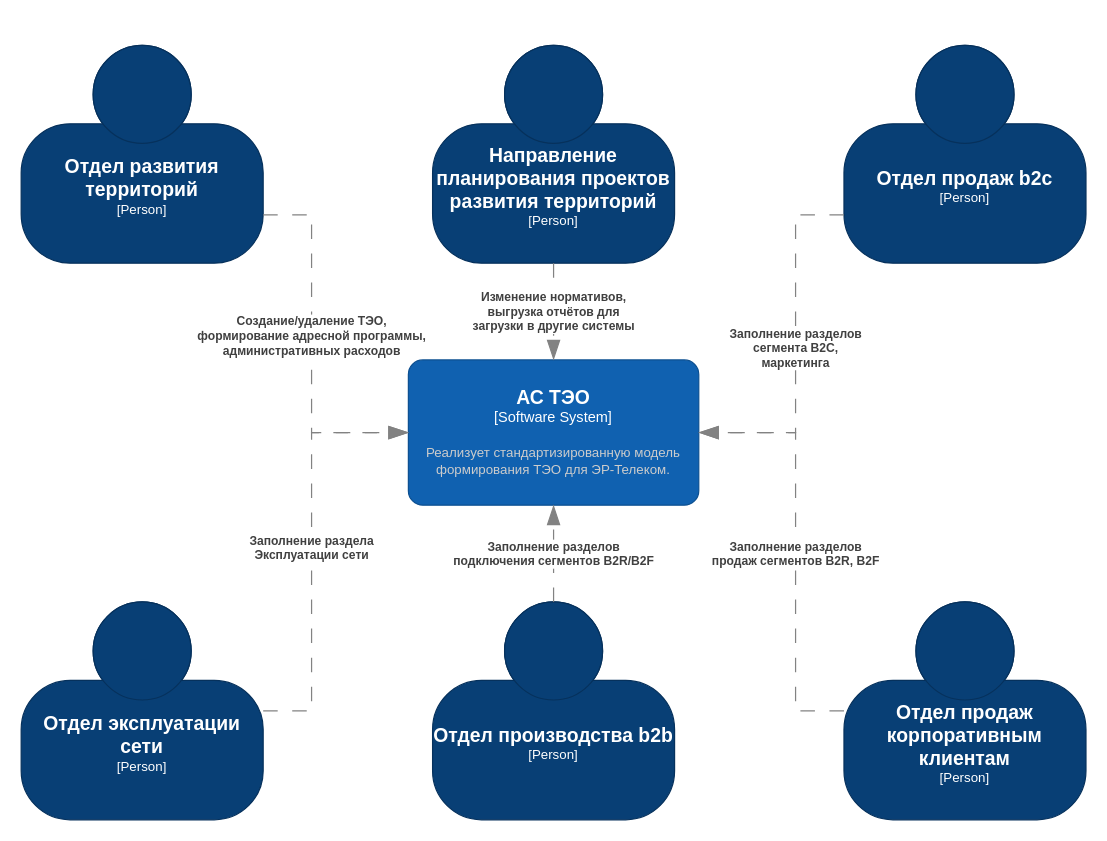
Before: page "Context" (1 of 4) of Lab Work №2/src/C4.drawio in 16Shadows/hse-arch, a draw.io diagram. Source tidied: cells renumbered, new cells numbered last; positions are measured from the earlier drawing's top-left corner, leaving out a move shared by most shapes. Both pictures are drawn from the tidied source at 121%, with x=0, y=0 at pixel (21, 45).
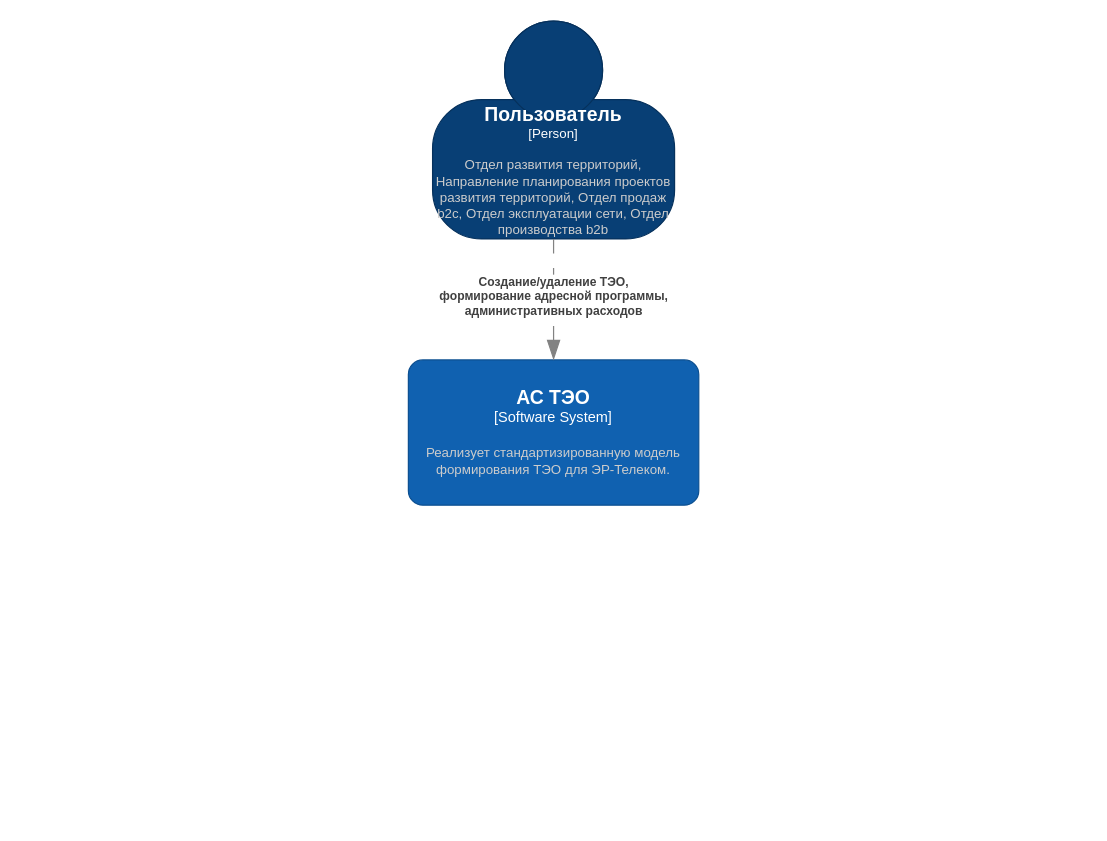
After the change.

Unchanged cells that the change refers to:
```xml
<object id="2" label="&lt;font style=&quot;font-size: 16px&quot;&gt;&lt;b&gt;%c4Name%&lt;/b&gt;&lt;/font&gt;&lt;div&gt;[%c4Type%]&lt;/div&gt;&lt;br&gt;&lt;div&gt;&lt;font style=&quot;font-size: 11px&quot;&gt;&lt;font color=&quot;#cccccc&quot;&gt;%c4Description%&lt;/font&gt;&lt;/div&gt;" c4Description="Реализует стандартизированную модель формирования ТЭО для ЭР-Телеком." c4Name="АС ТЭО" c4Type="Software System" placeholders="1">
  <mxCell style="rounded=1;whiteSpace=wrap;html=1;labelBackgroundColor=none;fillColor=#1061B0;fontColor=#ffffff;align=center;arcSize=10;strokeColor=#0D5091;points=[[0.25,0,0],[0.5,0,0],[0.75,0,0],[1,0.25,0],[1,0.5,0],[1,0.75,0],[0.75,1,0],[0.5,1,0],[0.25,1,0],[0,0.75,0],[0,0.5,0],[0,0.25,0]];" parent="1" vertex="1">
    <mxGeometry x="320" y="260" width="240" height="120" as="geometry" />
  </mxCell>
</object>
```

Change to the diagram source:
```diff
@@
-    <object id="3" label="&lt;font style=&quot;font-size: 16px&quot;&gt;&lt;b&gt;%c4Name%&lt;/b&gt;&lt;/font&gt;&lt;div&gt;[%c4Type%]&lt;/div&gt;&lt;br&gt;&lt;div&gt;&lt;font style=&quot;font-size: 11px&quot;&gt;&lt;font color=&quot;#cccccc&quot;&gt;%c4Description%&lt;/font&gt;&lt;/div&gt;" c4Description="" c4Name="Отдел развития территорий" c4Type="Person" placeholders="1">
+    <object id="3" label="&lt;font style=&quot;font-size: 16px&quot;&gt;&lt;b&gt;%c4Name%&lt;/b&gt;&lt;/font&gt;&lt;div&gt;[%c4Type%]&lt;/div&gt;&lt;br&gt;&lt;div&gt;&lt;font style=&quot;font-size: 11px&quot;&gt;&lt;font color=&quot;#cccccc&quot;&gt;%c4Description%&lt;/font&gt;&lt;/div&gt;" c4Description="Отдел развития территорий, Направление планирования проектов развития территорий, Отдел продаж b2c, Отдел эксплуатации сети, Отдел производства b2b" c4Name="Пользователь" c4Type="Person" placeholders="1">
       <mxCell style="html=1;fontSize=11;dashed=0;whiteSpace=wrap;fillColor=#083F75;strokeColor=#06315C;fontColor=#ffffff;shape=mxgraph.c4.person2;align=center;points=[[0.5,0,0],[1,0.5,0],[1,0.75,0],[0.75,1,0],[0.5,1,0],[0.25,1,0],[0,0.75,0],[0,0.5,0]];" parent="1" vertex="1">
-        <mxGeometry width="200" height="180" as="geometry" />
+        <mxGeometry x="340" y="-20" width="200" height="180" as="geometry" />
       </mxCell>
     </object>
     <object id="4" label="&lt;div style=&quot;text-align: left&quot;&gt;&lt;div style=&quot;text-align: center&quot;&gt;&lt;b&gt;%c4Description%&lt;/b&gt;&lt;/div&gt;" c4Description="Создание/удаление ТЭО, &#10;формирование адресной программы,&#10;административных расходов" placeholders="1">
       <mxCell style="endArrow=blockThin;html=1;fontSize=10;fontColor=#404040;strokeWidth=1;endFill=1;strokeColor=#828282;elbow=vertical;endSize=14;startSize=14;jumpStyle=arc;jumpSize=16;rounded=0;edgeStyle=orthogonalEdgeStyle;dashed=1;dashPattern=12 12;" parent="1" edge="1" source="3" target="2">
         <mxGeometry x="-0.07" relative="1" as="geometry">
           <Array as="points">
-            <mxPoint x="240" y="140" />
-            <mxPoint x="240" y="320" />
+            <mxPoint x="440" y="230" />
+            <mxPoint x="440" y="230" />
           </Array>
         </mxGeometry>
       </mxCell>
     </object>
-    <object id="5" label="&lt;font style=&quot;font-size: 16px&quot;&gt;&lt;b&gt;%c4Name%&lt;/b&gt;&lt;/font&gt;&lt;div&gt;[%c4Type%]&lt;/div&gt;&lt;br&gt;&lt;div&gt;&lt;font style=&quot;font-size: 11px&quot;&gt;&lt;font color=&quot;#cccccc&quot;&gt;%c4Description%&lt;/font&gt;&lt;/div&gt;" c4Description="" c4Name="Направление планирования проектов развития территорий" c4Type="Person" placeholders="1">
-      <mxCell style="html=1;fontSize=11;dashed=0;whiteSpace=wrap;fillColor=#083F75;strokeColor=#06315C;fontColor=#ffffff;shape=mxgraph.c4.person2;align=center;points=[[0.5,0,0],[1,0.5,0],[1,0.75,0],[0.75,1,0],[0.5,1,0],[0.25,1,0],[0,0.75,0],[0,0.5,0]];" parent="1" vertex="1">
-        <mxGeometry x="340" width="200" height="180" as="geometry" />
-      </mxCell>
-    </object>
-    <object id="6" label="&lt;div style=&quot;text-align: left&quot;&gt;&lt;div style=&quot;text-align: center&quot;&gt;&lt;b&gt;%c4Description%&lt;/b&gt;&lt;/div&gt;" c4Description="Изменение нормативов,&#10;выгрузка отчётов для&#10;загрузки в другие системы" placeholders="1">
-      <mxCell style="endArrow=blockThin;html=1;fontSize=10;fontColor=#404040;strokeWidth=1;endFill=1;strokeColor=#828282;elbow=vertical;endSize=14;startSize=14;jumpStyle=arc;jumpSize=16;rounded=0;edgeStyle=orthogonalEdgeStyle;dashed=1;dashPattern=12 12;" parent="1" edge="1" source="5" target="2">
-        <mxGeometry relative="1" as="geometry" />
-      </mxCell>
-    </object>
-    <object id="7" label="&lt;font style=&quot;font-size: 16px&quot;&gt;&lt;b&gt;%c4Name%&lt;/b&gt;&lt;/font&gt;&lt;div&gt;[%c4Type%]&lt;/div&gt;&lt;br&gt;&lt;div&gt;&lt;font style=&quot;font-size: 11px&quot;&gt;&lt;font color=&quot;#cccccc&quot;&gt;%c4Description%&lt;/font&gt;&lt;/div&gt;" c4Description="" c4Name="Отдел продаж b2c" c4Type="Person" placeholders="1">
-      <mxCell style="html=1;fontSize=11;dashed=0;whiteSpace=wrap;fillColor=#083F75;strokeColor=#06315C;fontColor=#ffffff;shape=mxgraph.c4.person2;align=center;points=[[0.5,0,0],[1,0.5,0],[1,0.75,0],[0.75,1,0],[0.5,1,0],[0.25,1,0],[0,0.75,0],[0,0.5,0]];" parent="1" vertex="1">
-        <mxGeometry x="680" width="200" height="180" as="geometry" />
-      </mxCell>
-    </object>
-    <object id="8" label="&lt;div style=&quot;text-align: left&quot;&gt;&lt;div style=&quot;text-align: center&quot;&gt;&lt;b&gt;%c4Description%&lt;/b&gt;&lt;/div&gt;" c4Description="Заполнение разделов&#10;сегмента B2C,&#10;маркетинга" placeholders="1">
-      <mxCell style="endArrow=blockThin;html=1;fontSize=10;fontColor=#404040;strokeWidth=1;endFill=1;strokeColor=#828282;elbow=vertical;endSize=14;startSize=14;jumpStyle=arc;jumpSize=16;rounded=0;edgeStyle=orthogonalEdgeStyle;dashed=1;dashPattern=12 12;" parent="1" edge="1" source="7" target="2">
-        <mxGeometry relative="1" as="geometry">
-          <Array as="points">
-            <mxPoint x="640" y="140" />
-            <mxPoint x="640" y="320" />
-          </Array>
-        </mxGeometry>
-      </mxCell>
-    </object>
-    <object id="9" label="&lt;font style=&quot;font-size: 16px&quot;&gt;&lt;b&gt;%c4Name%&lt;/b&gt;&lt;/font&gt;&lt;div&gt;[%c4Type%]&lt;/div&gt;&lt;br&gt;&lt;div&gt;&lt;font style=&quot;font-size: 11px&quot;&gt;&lt;font color=&quot;#cccccc&quot;&gt;%c4Description%&lt;/font&gt;&lt;/div&gt;" c4Description="" c4Name="Отдел продаж корпоративным клиентам" c4Type="Person" placeholders="1">
-      <mxCell style="html=1;fontSize=11;dashed=0;whiteSpace=wrap;fillColor=#083F75;strokeColor=#06315C;fontColor=#ffffff;shape=mxgraph.c4.person2;align=center;points=[[0.5,0,0],[1,0.5,0],[1,0.75,0],[0.75,1,0],[0.5,1,0],[0.25,1,0],[0,0.75,0],[0,0.5,0]];" parent="1" vertex="1">
-        <mxGeometry x="680" y="460" width="200" height="180" as="geometry" />
-      </mxCell>
-    </object>
-    <object id="10" label="&lt;div style=&quot;text-align: left&quot;&gt;&lt;div style=&quot;text-align: center&quot;&gt;&lt;b&gt;%c4Description%&lt;/b&gt;&lt;/div&gt;" c4Description="Заполнение разделов&#10;продаж сегментов B2R, B2F" placeholders="1">
-      <mxCell style="endArrow=blockThin;html=1;fontSize=10;fontColor=#404040;strokeWidth=1;endFill=1;strokeColor=#828282;elbow=vertical;endSize=14;startSize=14;jumpStyle=arc;jumpSize=16;rounded=0;edgeStyle=orthogonalEdgeStyle;dashed=1;dashPattern=12 12;" parent="1" edge="1" source="9" target="2">
-        <mxGeometry x="-0.03" relative="1" as="geometry">
-          <Array as="points">
-            <mxPoint x="640" y="550" />
-            <mxPoint x="640" y="320" />
-          </Array>
-        </mxGeometry>
-      </mxCell>
-    </object>
-    <object id="11" label="&lt;font style=&quot;font-size: 16px&quot;&gt;&lt;b&gt;%c4Name%&lt;/b&gt;&lt;/font&gt;&lt;div&gt;[%c4Type%]&lt;/div&gt;&lt;br&gt;&lt;div&gt;&lt;font style=&quot;font-size: 11px&quot;&gt;&lt;font color=&quot;#cccccc&quot;&gt;%c4Description%&lt;/font&gt;&lt;/div&gt;" c4Description="" c4Name="Отдел производства b2b" c4Type="Person" placeholders="1">
-      <mxCell style="html=1;fontSize=11;dashed=0;whiteSpace=wrap;fillColor=#083F75;strokeColor=#06315C;fontColor=#ffffff;shape=mxgraph.c4.person2;align=center;points=[[0.5,0,0],[1,0.5,0],[1,0.75,0],[0.75,1,0],[0.5,1,0],[0.25,1,0],[0,0.75,0],[0,0.5,0]];" parent="1" vertex="1">
-        <mxGeometry x="340" y="460" width="200" height="180" as="geometry" />
-      </mxCell>
-    </object>
-    <object id="12" label="&lt;div style=&quot;text-align: left&quot;&gt;&lt;div style=&quot;text-align: center&quot;&gt;&lt;b&gt;%c4Description%&lt;/b&gt;&lt;/div&gt;" c4Description="Заполнение разделов&#10;подключения сегментов B2R/B2F" placeholders="1">
-      <mxCell style="endArrow=blockThin;html=1;fontSize=10;fontColor=#404040;strokeWidth=1;endFill=1;strokeColor=#828282;elbow=vertical;endSize=14;startSize=14;jumpStyle=arc;jumpSize=16;rounded=0;edgeStyle=orthogonalEdgeStyle;dashed=1;dashPattern=12 12;" parent="1" edge="1" source="11" target="2">
-        <mxGeometry relative="1" as="geometry">
-          <Array as="points">
-            <mxPoint x="440" y="410" />
-            <mxPoint x="440" y="410" />
-          </Array>
-        </mxGeometry>
-      </mxCell>
-    </object>
-    <object id="13" label="&lt;font style=&quot;font-size: 16px&quot;&gt;&lt;b&gt;%c4Name%&lt;/b&gt;&lt;/font&gt;&lt;div&gt;[%c4Type%]&lt;/div&gt;&lt;br&gt;&lt;div&gt;&lt;font style=&quot;font-size: 11px&quot;&gt;&lt;font color=&quot;#cccccc&quot;&gt;%c4Description%&lt;/font&gt;&lt;/div&gt;" c4Description="" c4Name="Отдел эксплуатации сети" c4Type="Person" placeholders="1">
-      <mxCell style="html=1;fontSize=11;dashed=0;whiteSpace=wrap;fillColor=#083F75;strokeColor=#06315C;fontColor=#ffffff;shape=mxgraph.c4.person2;align=center;points=[[0.5,0,0],[1,0.5,0],[1,0.75,0],[0.75,1,0],[0.5,1,0],[0.25,1,0],[0,0.75,0],[0,0.5,0]];" parent="1" vertex="1">
-        <mxGeometry y="460" width="200" height="180" as="geometry" />
-      </mxCell>
-    </object>
-    <object id="14" label="&lt;div style=&quot;text-align: left&quot;&gt;&lt;div style=&quot;text-align: center&quot;&gt;&lt;b&gt;%c4Description%&lt;/b&gt;&lt;/div&gt;" c4Description="Заполнение раздела&#10;Эксплуатации сети" placeholders="1">
-      <mxCell style="endArrow=blockThin;html=1;fontSize=10;fontColor=#404040;strokeWidth=1;endFill=1;strokeColor=#828282;elbow=vertical;endSize=14;startSize=14;jumpStyle=arc;jumpSize=16;rounded=0;edgeStyle=orthogonalEdgeStyle;dashed=1;dashPattern=12 12;" parent="1" edge="1" source="13" target="2">
-        <mxGeometry relative="1" as="geometry">
-          <Array as="points">
-            <mxPoint x="240" y="550" />
-            <mxPoint x="240" y="320" />
-          </Array>
-        </mxGeometry>
-      </mxCell>
-    </object>
```
